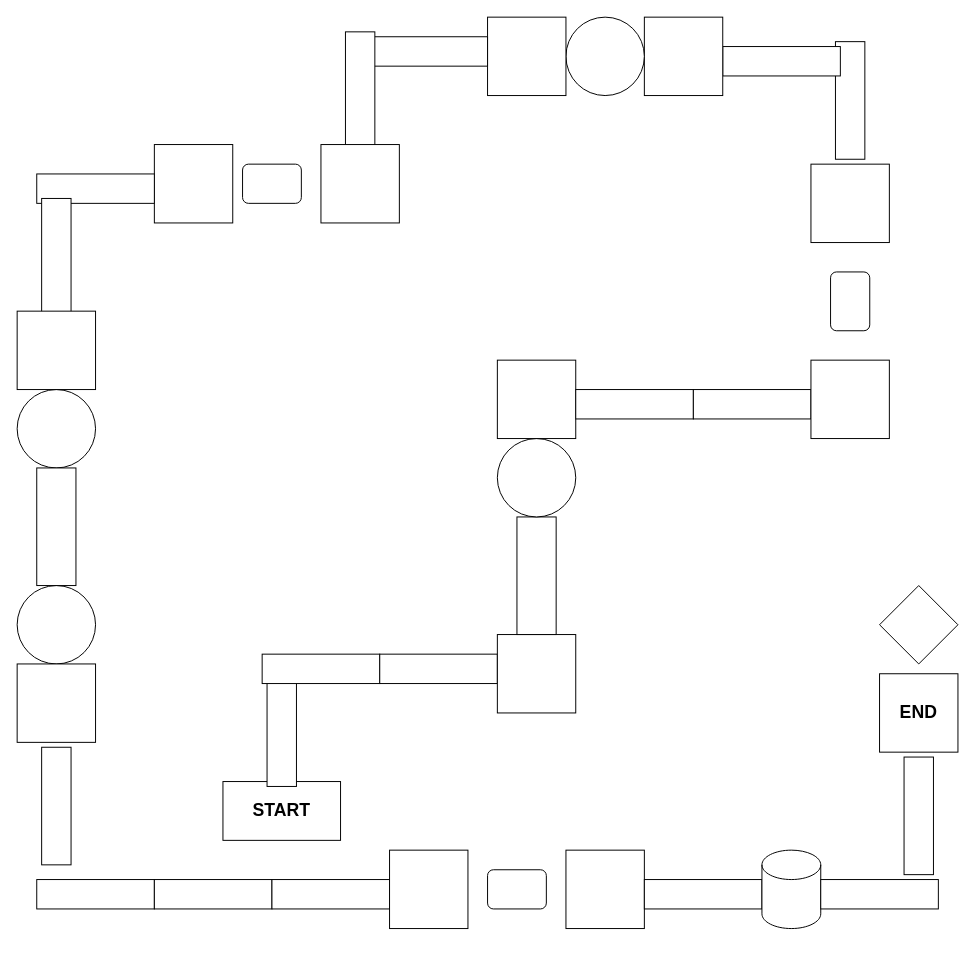
The draw.io diagram Level Design/Level_1.drawio in CrystalxBlade/Sky-Ball, before the edit. Source tidied: cells renumbered, new cells numbered last; positions are measured from the earlier drawing's top-left corner, leaving out a move shared by most shapes. Both pictures are drawn from the tidied source at 98%, with x=0, y=0 at pixel (-3, 17).
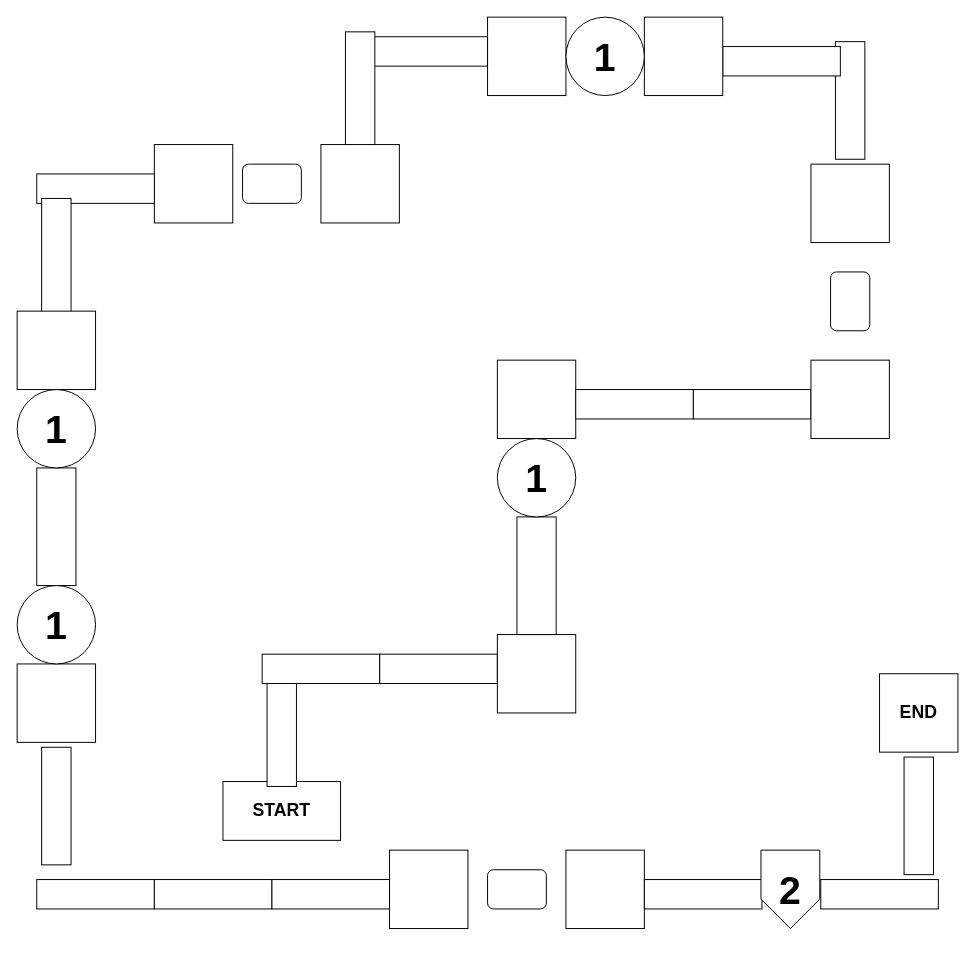
The same page after the edit.

The edit, as a diff of the source:
```diff
@@
-    <mxCell id="8" style="ellipse;whiteSpace=wrap;html=1;fillColor=light-dark(#FFFFFF,#CCCCFF);" parent="1" vertex="1">
+    <mxCell id="8" value="1" style="ellipse;whiteSpace=wrap;html=1;fillColor=light-dark(#FFFFFF,#CCCCFF);fontSize=40;fontStyle=1;fontColor=light-dark(#000000,#B266FF);labelBorderColor=none;" parent="1" vertex="1">
       <mxGeometry x="510" y="430" width="80" height="80" as="geometry" />
     </mxCell>
@@
-    <mxCell id="18" style="ellipse;whiteSpace=wrap;html=1;fillColor=light-dark(#FFFFFF,#CCCCFF);" parent="1" vertex="1">
-      <mxGeometry x="580" width="80" height="80" as="geometry" />
-    </mxCell>
@@
-    <mxCell id="27" style="ellipse;whiteSpace=wrap;html=1;fillColor=light-dark(#FFFFFF,#CCCCFF);" parent="1" vertex="1">
-      <mxGeometry x="20" y="580" width="80" height="80" as="geometry" />
-    </mxCell>
-    <mxCell id="28" style="ellipse;whiteSpace=wrap;html=1;fillColor=light-dark(#FFFFFF,#CCCCFF);" parent="1" vertex="1">
-      <mxGeometry x="20" y="380" width="80" height="80" as="geometry" />
-    </mxCell>
@@
-    <mxCell id="40" style="shape=cylinder3;whiteSpace=wrap;html=1;boundedLbl=1;backgroundOutline=1;size=15;fillColor=light-dark(#FFFFFF,#FF9933);" parent="1" vertex="1">
-      <mxGeometry x="780" y="850" width="60" height="80" as="geometry" />
-    </mxCell>
@@
-    <mxCell id="43" style="rhombus;whiteSpace=wrap;html=1;fillColor=light-dark(#FFFFFF,#00FFFF);" parent="1" vertex="1">
-      <mxGeometry x="900" y="580" width="80" height="80" as="geometry" />
-    </mxCell>
@@
+    <mxCell id="45" value="&lt;h1&gt;2&lt;/h1&gt;" style="shape=offPageConnector;whiteSpace=wrap;html=1;fillColor=light-dark(#FFFFFF,#4D4D4D);fontSize=20;" parent="1" vertex="1">
+      <mxGeometry x="779" y="850" width="60" height="80" as="geometry" />
+    </mxCell>
+    <mxCell id="46" value="1" style="ellipse;whiteSpace=wrap;html=1;fillColor=light-dark(#FFFFFF,#CCCCFF);fontSize=40;fontStyle=1;fontColor=light-dark(#000000,#B266FF);labelBorderColor=none;" parent="1" vertex="1">
+      <mxGeometry x="20" y="380" width="80" height="80" as="geometry" />
+    </mxCell>
+    <mxCell id="47" value="1" style="ellipse;whiteSpace=wrap;html=1;fillColor=light-dark(#FFFFFF,#CCCCFF);fontSize=40;fontStyle=1;fontColor=light-dark(#000000,#B266FF);labelBorderColor=none;" parent="1" vertex="1">
+      <mxGeometry x="20" y="580" width="80" height="80" as="geometry" />
+    </mxCell>
+    <mxCell id="48" value="1" style="ellipse;whiteSpace=wrap;html=1;fillColor=light-dark(#FFFFFF,#CCCCFF);fontSize=40;fontStyle=1;fontColor=light-dark(#000000,#B266FF);labelBorderColor=none;" parent="1" vertex="1">
+      <mxGeometry x="580" width="80" height="80" as="geometry" />
+    </mxCell>
```
